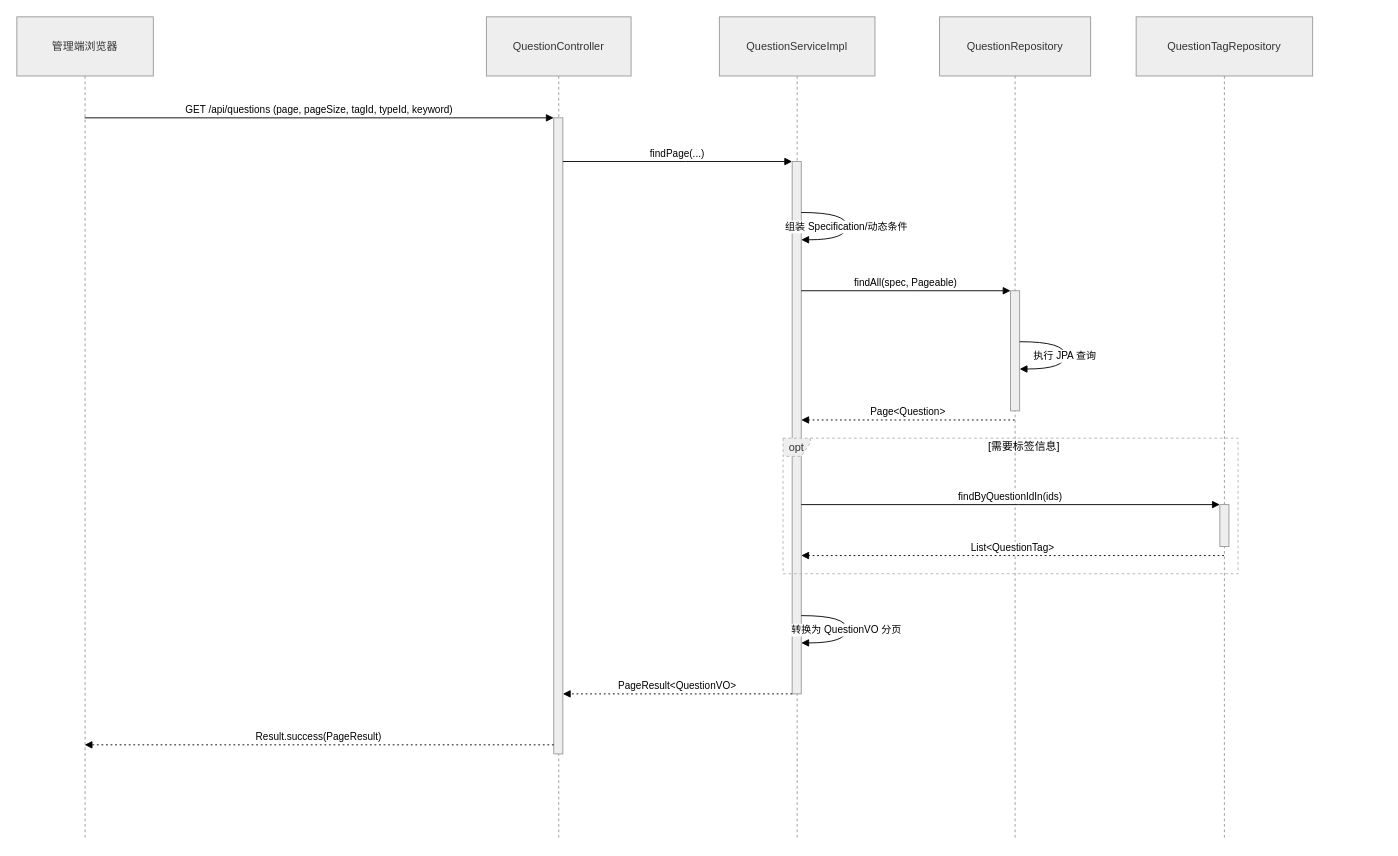
The draw.io diagram page "试题列表分页查询时序图" (22 of 31) of 题库E-R.drawio in ChenLiheng/question-project, before the edit. Source tidied: cells renumbered, new cells numbered last; positions are measured from the earlier drawing's top-left corner, leaving out a move shared by most shapes. Both pictures are drawn from the tidied source at 91%, with x=0, y=0 at pixel (16, 16).
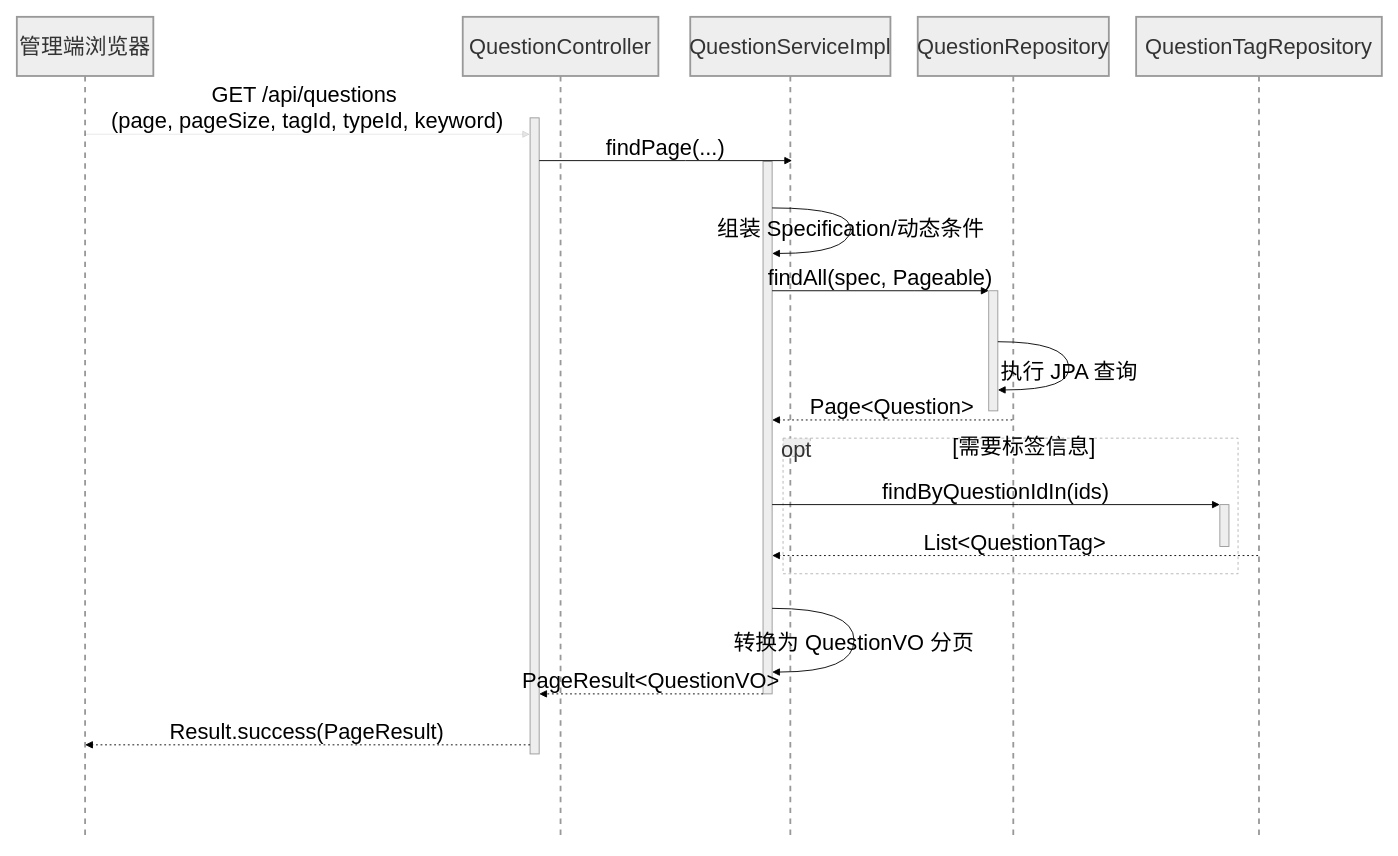
Above is the later version.

What changed in the source:
```diff
@@
-    <mxCell id="2" value="管理端浏览器" style="shape=umlLifeline;perimeter=lifelinePerimeter;whiteSpace=wrap;outlineConnect=0;portConstraint=eastwest;newEdgeStyle={&quot;edgeStyle&quot;:&quot;elbowEdgeStyle&quot;,&quot;elbow&quot;:&quot;vertical&quot;,&quot;curved&quot;:0,&quot;rounded&quot;:0};size=65;fillColor=light-dark(#eeeeee,#1f2020);strokeColor=light-dark(#999999,#cccccc);fontColor=light-dark(#333333,#cccccc);" parent="1" vertex="1">
+    <mxCell id="2" value="管理端浏览器" style="shape=umlLifeline;perimeter=lifelinePerimeter;whiteSpace=wrap;outlineConnect=0;portConstraint=eastwest;newEdgeStyle={&quot;edgeStyle&quot;:&quot;elbowEdgeStyle&quot;,&quot;elbow&quot;:&quot;vertical&quot;,&quot;curved&quot;:0,&quot;rounded&quot;:0};size=65;fillColor=light-dark(#eeeeee,#1f2020);strokeColor=light-dark(#999999,#cccccc);fontColor=light-dark(#333333,#cccccc);fontSize=24;strokeWidth=2;labelBackgroundColor=none;spacing=3;" parent="1" vertex="1">
       <mxGeometry width="150" height="905" as="geometry" />
     </mxCell>
-    <mxCell id="3" value="QuestionController" style="shape=umlLifeline;perimeter=lifelinePerimeter;whiteSpace=wrap;newEdgeStyle={&quot;edgeStyle&quot;:&quot;elbowEdgeStyle&quot;,&quot;elbow&quot;:&quot;vertical&quot;,&quot;curved&quot;:0,&quot;rounded&quot;:0};size=65;fillColor=light-dark(#eeeeee,#1f2020);strokeColor=light-dark(#999999,#cccccc);fontColor=light-dark(#333333,#cccccc);" parent="1" vertex="1">
-      <mxGeometry x="516" width="159" height="905" as="geometry" />
+    <mxCell id="3" value="QuestionController" style="shape=umlLifeline;perimeter=lifelinePerimeter;whiteSpace=wrap;newEdgeStyle={&quot;edgeStyle&quot;:&quot;elbowEdgeStyle&quot;,&quot;elbow&quot;:&quot;vertical&quot;,&quot;curved&quot;:0,&quot;rounded&quot;:0};size=65;fillColor=light-dark(#eeeeee,#1f2020);strokeColor=light-dark(#999999,#cccccc);fontColor=light-dark(#333333,#cccccc);fontSize=24;strokeWidth=2;labelBackgroundColor=none;spacing=3;" parent="1" vertex="1">
+      <mxGeometry x="490" width="215" height="905" as="geometry" />
     </mxCell>
-    <mxCell id="4" style="points=[];perimeter=orthogonalPerimeter;outlineConnect=0;targetShapes=umlLifeline;portConstraint=eastwest;newEdgeStyle={&quot;edgeStyle&quot;:&quot;elbowEdgeStyle&quot;,&quot;elbow&quot;:&quot;vertical&quot;,&quot;curved&quot;:0,&quot;rounded&quot;:0};fillColor=light-dark(#eeeeee,#1f2020);strokeColor=light-dark(#999999,#cccccc);fontColor=light-dark(#333333,#cccccc);" parent="3" vertex="1">
+    <mxCell id="4" style="points=[];perimeter=orthogonalPerimeter;outlineConnect=0;targetShapes=umlLifeline;portConstraint=eastwest;newEdgeStyle={&quot;edgeStyle&quot;:&quot;elbowEdgeStyle&quot;,&quot;elbow&quot;:&quot;vertical&quot;,&quot;curved&quot;:0,&quot;rounded&quot;:0};fillColor=light-dark(#eeeeee,#1f2020);strokeColor=light-dark(#999999,#cccccc);fontColor=light-dark(#333333,#cccccc);fontSize=24;labelBackgroundColor=none;spacing=3;" parent="3" vertex="1">
       <mxGeometry x="74" y="111" width="10" height="699" as="geometry" />
     </mxCell>
-    <mxCell id="5" value="QuestionServiceImpl" style="shape=umlLifeline;perimeter=lifelinePerimeter;whiteSpace=wrap;newEdgeStyle={&quot;edgeStyle&quot;:&quot;elbowEdgeStyle&quot;,&quot;elbow&quot;:&quot;vertical&quot;,&quot;curved&quot;:0,&quot;rounded&quot;:0};size=65;fillColor=light-dark(#eeeeee,#1f2020);strokeColor=light-dark(#999999,#cccccc);fontColor=light-dark(#333333,#cccccc);" parent="1" vertex="1">
-      <mxGeometry x="772" width="171" height="905" as="geometry" />
+    <mxCell id="5" value="QuestionServiceImpl" style="shape=umlLifeline;perimeter=lifelinePerimeter;whiteSpace=wrap;newEdgeStyle={&quot;edgeStyle&quot;:&quot;elbowEdgeStyle&quot;,&quot;elbow&quot;:&quot;vertical&quot;,&quot;curved&quot;:0,&quot;rounded&quot;:0};size=65;fillColor=light-dark(#eeeeee,#1f2020);strokeColor=light-dark(#999999,#cccccc);fontColor=light-dark(#333333,#cccccc);fontSize=24;strokeWidth=2;labelBackgroundColor=none;spacing=3;" parent="1" vertex="1">
+      <mxGeometry x="740" width="220" height="905" as="geometry" />
     </mxCell>
-    <mxCell id="6" style="points=[];perimeter=orthogonalPerimeter;outlineConnect=0;targetShapes=umlLifeline;portConstraint=eastwest;newEdgeStyle={&quot;edgeStyle&quot;:&quot;elbowEdgeStyle&quot;,&quot;elbow&quot;:&quot;vertical&quot;,&quot;curved&quot;:0,&quot;rounded&quot;:0};fillColor=light-dark(#eeeeee,#1f2020);strokeColor=light-dark(#999999,#cccccc);fontColor=light-dark(#333333,#cccccc);" parent="5" vertex="1">
+    <mxCell id="6" style="points=[];perimeter=orthogonalPerimeter;outlineConnect=0;targetShapes=umlLifeline;portConstraint=eastwest;newEdgeStyle={&quot;edgeStyle&quot;:&quot;elbowEdgeStyle&quot;,&quot;elbow&quot;:&quot;vertical&quot;,&quot;curved&quot;:0,&quot;rounded&quot;:0};fillColor=light-dark(#eeeeee,#1f2020);strokeColor=light-dark(#999999,#cccccc);fontColor=light-dark(#333333,#cccccc);fontSize=24;labelBackgroundColor=none;spacing=3;" parent="5" vertex="1">
       <mxGeometry x="80" y="159" width="10" height="585" as="geometry" />
     </mxCell>
-    <mxCell id="7" value="QuestionRepository" style="shape=umlLifeline;perimeter=lifelinePerimeter;whiteSpace=wrap;outlineConnect=0;portConstraint=eastwest;newEdgeStyle={&quot;edgeStyle&quot;:&quot;elbowEdgeStyle&quot;,&quot;elbow&quot;:&quot;vertical&quot;,&quot;curved&quot;:0,&quot;rounded&quot;:0};size=65;fillColor=light-dark(#eeeeee,#1f2020);strokeColor=light-dark(#999999,#cccccc);fontColor=light-dark(#333333,#cccccc);" parent="1" vertex="1">
-      <mxGeometry x="1014" width="166" height="905" as="geometry" />
+    <mxCell id="7" value="QuestionRepository" style="shape=umlLifeline;perimeter=lifelinePerimeter;whiteSpace=wrap;outlineConnect=0;portConstraint=eastwest;newEdgeStyle={&quot;edgeStyle&quot;:&quot;elbowEdgeStyle&quot;,&quot;elbow&quot;:&quot;vertical&quot;,&quot;curved&quot;:0,&quot;rounded&quot;:0};size=65;fillColor=light-dark(#eeeeee,#1f2020);strokeColor=light-dark(#999999,#cccccc);fontColor=light-dark(#333333,#cccccc);fontSize=24;strokeWidth=2;labelBackgroundColor=none;spacing=3;" parent="1" vertex="1">
+      <mxGeometry x="990" width="210" height="905" as="geometry" />
     </mxCell>
-    <mxCell id="8" style="points=[];perimeter=orthogonalPerimeter;outlineConnect=0;targetShapes=umlLifeline;portConstraint=eastwest;newEdgeStyle={&quot;edgeStyle&quot;:&quot;elbowEdgeStyle&quot;,&quot;elbow&quot;:&quot;vertical&quot;,&quot;curved&quot;:0,&quot;rounded&quot;:0};fillColor=light-dark(#eeeeee,#1f2020);strokeColor=light-dark(#999999,#cccccc);fontColor=light-dark(#333333,#cccccc);" parent="7" vertex="1">
+    <mxCell id="8" style="points=[];perimeter=orthogonalPerimeter;outlineConnect=0;targetShapes=umlLifeline;portConstraint=eastwest;newEdgeStyle={&quot;edgeStyle&quot;:&quot;elbowEdgeStyle&quot;,&quot;elbow&quot;:&quot;vertical&quot;,&quot;curved&quot;:0,&quot;rounded&quot;:0};fillColor=light-dark(#eeeeee,#1f2020);strokeColor=light-dark(#999999,#cccccc);fontColor=light-dark(#333333,#cccccc);fontSize=24;labelBackgroundColor=none;spacing=3;" parent="7" vertex="1">
       <mxGeometry x="78" y="301" width="10" height="132" as="geometry" />
     </mxCell>
-    <mxCell id="9" value="QuestionTagRepository" style="shape=umlLifeline;perimeter=lifelinePerimeter;whiteSpace=wrap;outlineConnect=0;portConstraint=eastwest;newEdgeStyle={&quot;edgeStyle&quot;:&quot;elbowEdgeStyle&quot;,&quot;elbow&quot;:&quot;vertical&quot;,&quot;curved&quot;:0,&quot;rounded&quot;:0};size=65;fillColor=light-dark(#eeeeee,#1f2020);strokeColor=light-dark(#999999,#cccccc);fontColor=light-dark(#333333,#cccccc);" parent="1" vertex="1">
-      <mxGeometry x="1230" width="194" height="905" as="geometry" />
+    <mxCell id="9" value="QuestionTagRepository" style="shape=umlLifeline;perimeter=lifelinePerimeter;whiteSpace=wrap;outlineConnect=0;portConstraint=eastwest;newEdgeStyle={&quot;edgeStyle&quot;:&quot;elbowEdgeStyle&quot;,&quot;elbow&quot;:&quot;vertical&quot;,&quot;curved&quot;:0,&quot;rounded&quot;:0};size=65;fillColor=light-dark(#eeeeee,#1f2020);strokeColor=light-dark(#999999,#cccccc);fontColor=light-dark(#333333,#cccccc);fontSize=24;strokeWidth=2;labelBackgroundColor=none;spacing=3;" parent="1" vertex="1">
+      <mxGeometry x="1230" width="270" height="905" as="geometry" />
     </mxCell>
-    <mxCell id="10" style="points=[];perimeter=orthogonalPerimeter;outlineConnect=0;targetShapes=umlLifeline;portConstraint=eastwest;newEdgeStyle={&quot;edgeStyle&quot;:&quot;elbowEdgeStyle&quot;,&quot;elbow&quot;:&quot;vertical&quot;,&quot;curved&quot;:0,&quot;rounded&quot;:0};fillColor=light-dark(#eeeeee,#1f2020);strokeColor=light-dark(#999999,#cccccc);fontColor=light-dark(#333333,#cccccc);" parent="9" vertex="1">
+    <mxCell id="10" style="points=[];perimeter=orthogonalPerimeter;outlineConnect=0;targetShapes=umlLifeline;portConstraint=eastwest;newEdgeStyle={&quot;edgeStyle&quot;:&quot;elbowEdgeStyle&quot;,&quot;elbow&quot;:&quot;vertical&quot;,&quot;curved&quot;:0,&quot;rounded&quot;:0};fillColor=light-dark(#eeeeee,#1f2020);strokeColor=light-dark(#999999,#cccccc);fontColor=light-dark(#333333,#cccccc);fontSize=24;labelBackgroundColor=none;spacing=3;" parent="9" vertex="1">
       <mxGeometry x="92" y="536" width="10" height="46" as="geometry" />
     </mxCell>
-    <mxCell id="11" value="opt" style="shape=umlFrame;dashed=1;strokeColor=#B3B3B3;height=20;width=30;fillColor=light-dark(#eeeeee,#1f2020);fontColor=light-dark(#333333,#cccccc);" parent="1" vertex="1">
+    <mxCell id="11" value="opt" style="shape=umlFrame;dashed=1;strokeColor=#B3B3B3;height=20;width=30;fillColor=light-dark(#eeeeee,#1f2020);fontColor=light-dark(#333333,#cccccc);fontSize=24;labelBackgroundColor=none;spacing=3;" parent="1" vertex="1">
       <mxGeometry x="842" y="463" width="500" height="149" as="geometry" />
     </mxCell>
-    <mxCell id="12" value="[需要标签信息]" style="text;strokeColor=none;fillColor=none;align=center;verticalAlign=middle;whiteSpace=wrap;" parent="11" vertex="1">
+    <mxCell id="12" value="[需要标签信息]" style="text;strokeColor=none;fillColor=none;align=center;verticalAlign=middle;whiteSpace=wrap;fontSize=24;labelBackgroundColor=none;spacing=3;" parent="11" vertex="1">
       <mxGeometry x="30" width="470" height="20" as="geometry" />
     </mxCell>
-    <mxCell id="13" value="GET /api/questions (page, pageSize, tagId, typeId, keyword)" style="verticalAlign=bottom;edgeStyle=elbowEdgeStyle;elbow=vertical;curved=0;rounded=0;endArrow=block;" parent="1" edge="1" source="2" target="4">
+    <mxCell id="13" value="GET /api/questions &#10;(page, pageSize, tagId, typeId, keyword)" style="verticalAlign=bottom;edgeStyle=elbowEdgeStyle;elbow=vertical;curved=0;rounded=0;endArrow=block;fontSize=24;opacity=10;labelBackgroundColor=none;startSize=6;sourcePerimeterSpacing=0;targetPerimeterSpacing=0;spacing=3;" parent="1" edge="1">
       <mxGeometry relative="1" as="geometry">
+        <mxPoint x="74.5" y="129" as="sourcePoint" />
+        <mxPoint x="564" y="129" as="targetPoint" />
         <Array as="points">
-          <mxPoint x="342" y="111" />
+          <mxPoint x="342" y="129" />
         </Array>
       </mxGeometry>
     </mxCell>
-    <mxCell id="14" value="findPage(...)" style="verticalAlign=bottom;edgeStyle=elbowEdgeStyle;elbow=vertical;curved=0;rounded=0;endArrow=block;" parent="1" edge="1" source="4" target="6">
+    <mxCell id="14" value="findPage(...)" style="verticalAlign=bottom;edgeStyle=elbowEdgeStyle;elbow=vertical;curved=0;rounded=0;endArrow=block;fontSize=24;labelBackgroundColor=none;spacing=3;" parent="1" edge="1">
       <mxGeometry relative="1" as="geometry">
+        <mxPoint x="574" y="158" as="sourcePoint" />
+        <mxPoint x="852" y="158" as="targetPoint" />
         <Array as="points">
-          <mxPoint x="735" y="159" />
+          <mxPoint x="735" y="158" />
         </Array>
       </mxGeometry>
     </mxCell>
-    <mxCell id="15" value="组装 Specification/动态条件" style="curved=1;endArrow=block;rounded=0;" parent="1" edge="1" source="6" target="6">
+    <mxCell id="15" value="组装 Specification/动态条件" style="curved=1;endArrow=block;rounded=0;fontSize=24;labelBackgroundColor=none;spacing=3;" parent="1" edge="1" source="6" target="6">
       <mxGeometry relative="1" as="geometry">
         <Array as="points">
-          <mxPoint x="912" y="215" />
-          <mxPoint x="912" y="245" />
+          <mxPoint x="920" y="210" />
+          <mxPoint x="912" y="260" />
         </Array>
       </mxGeometry>
     </mxCell>
-    <mxCell id="16" value="findAll(spec, Pageable)" style="verticalAlign=bottom;edgeStyle=elbowEdgeStyle;elbow=vertical;curved=0;rounded=0;endArrow=block;" parent="1" edge="1" source="6" target="8">
+    <mxCell id="16" value="findAll(spec, Pageable)" style="verticalAlign=bottom;edgeStyle=elbowEdgeStyle;elbow=vertical;curved=0;rounded=0;endArrow=block;fontSize=24;labelBackgroundColor=none;spacing=3;" parent="1" edge="1" source="6" target="8">
       <mxGeometry relative="1" as="geometry">
         <Array as="points">
           <mxPoint x="986" y="301" />
         </Array>
       </mxGeometry>
     </mxCell>
-    <mxCell id="17" value="执行 JPA 查询" style="curved=1;endArrow=block;rounded=0;" parent="1" edge="1" source="8" target="8">
+    <mxCell id="17" value="执行 JPA 查询" style="curved=1;endArrow=block;rounded=0;fontSize=24;labelBackgroundColor=none;spacing=3;" parent="1" edge="1" source="8" target="8">
       <mxGeometry relative="1" as="geometry">
         <Array as="points">
           <mxPoint x="1152" y="357" />
-          <mxPoint x="1152" y="387" />
+          <mxPoint x="1160" y="410" />
         </Array>
       </mxGeometry>
     </mxCell>
-    <mxCell id="18" value="Page&lt;Question&gt;" style="verticalAlign=bottom;edgeStyle=elbowEdgeStyle;elbow=vertical;curved=0;rounded=0;dashed=1;dashPattern=2 3;endArrow=block;" parent="1" edge="1" source="7" target="6">
+    <mxCell id="18" value="Page&lt;Question&gt;" style="verticalAlign=bottom;edgeStyle=elbowEdgeStyle;elbow=vertical;curved=0;rounded=0;dashed=1;dashPattern=2 3;endArrow=block;fontSize=24;labelBackgroundColor=none;spacing=3;" parent="1" edge="1" source="7" target="6">
       <mxGeometry relative="1" as="geometry">
         <Array as="points">
           <mxPoint x="989" y="443" />
         </Array>
       </mxGeometry>
     </mxCell>
-    <mxCell id="19" value="findByQuestionIdIn(ids)" style="verticalAlign=bottom;edgeStyle=elbowEdgeStyle;elbow=vertical;curved=0;rounded=0;endArrow=block;" parent="1" edge="1" source="6" target="10">
+    <mxCell id="19" value="findByQuestionIdIn(ids)" style="verticalAlign=bottom;edgeStyle=elbowEdgeStyle;elbow=vertical;curved=0;rounded=0;endArrow=block;fontSize=24;labelBackgroundColor=none;spacing=3;" parent="1" edge="1" source="6" target="10">
       <mxGeometry relative="1" as="geometry">
         <Array as="points">
           <mxPoint x="1101" y="536" />
         </Array>
       </mxGeometry>
     </mxCell>
-    <mxCell id="20" value="List&lt;QuestionTag&gt;" style="verticalAlign=bottom;edgeStyle=elbowEdgeStyle;elbow=vertical;curved=0;rounded=0;dashed=1;dashPattern=2 3;endArrow=block;" parent="1" edge="1" source="9" target="6">
+    <mxCell id="20" value="List&lt;QuestionTag&gt;" style="verticalAlign=bottom;edgeStyle=elbowEdgeStyle;elbow=vertical;curved=0;rounded=0;dashed=1;dashPattern=2 3;endArrow=block;fontSize=24;labelBackgroundColor=none;spacing=3;" parent="1" edge="1" source="9" target="6">
       <mxGeometry relative="1" as="geometry">
         <Array as="points">
           <mxPoint x="1104" y="592" />
         </Array>
       </mxGeometry>
     </mxCell>
-    <mxCell id="21" value="转换为 QuestionVO 分页" style="curved=1;endArrow=block;rounded=0;" parent="1" edge="1" source="6" target="6">
+    <mxCell id="21" value="转换为 QuestionVO 分页" style="curved=1;endArrow=block;rounded=0;fontSize=24;labelBackgroundColor=none;spacing=3;" parent="1" edge="1" source="6" target="6">
       <mxGeometry relative="1" as="geometry">
         <Array as="points">
-          <mxPoint x="912" y="658" />
-          <mxPoint x="912" y="688" />
+          <mxPoint x="920" y="650" />
+          <mxPoint x="920" y="720" />
         </Array>
       </mxGeometry>
     </mxCell>
-    <mxCell id="22" value="PageResult&lt;QuestionVO&gt;" style="verticalAlign=bottom;edgeStyle=elbowEdgeStyle;elbow=vertical;curved=0;rounded=0;dashed=1;dashPattern=2 3;endArrow=block;" parent="1" edge="1" source="6" target="4">
+    <mxCell id="22" value="PageResult&lt;QuestionVO&gt;" style="verticalAlign=bottom;edgeStyle=elbowEdgeStyle;elbow=vertical;curved=0;rounded=0;dashed=1;dashPattern=2 3;endArrow=block;fontSize=24;labelBackgroundColor=none;spacing=3;" parent="1" edge="1" source="6" target="4">
       <mxGeometry relative="1" as="geometry">
         <Array as="points">
           <mxPoint x="738" y="744" />
         </Array>
       </mxGeometry>
     </mxCell>
-    <mxCell id="23" value="Result.success(PageResult)" style="verticalAlign=bottom;edgeStyle=elbowEdgeStyle;elbow=vertical;curved=0;rounded=0;dashed=1;dashPattern=2 3;endArrow=block;" parent="1" edge="1" source="4" target="2">
+    <mxCell id="23" value="Result.success(PageResult)" style="verticalAlign=bottom;edgeStyle=elbowEdgeStyle;elbow=vertical;curved=0;rounded=0;dashed=1;dashPattern=2 3;endArrow=block;fontSize=24;labelBackgroundColor=none;spacing=3;" parent="1" edge="1" source="4" target="2">
       <mxGeometry relative="1" as="geometry">
         <Array as="points">
           <mxPoint x="345" y="800" />
         </Array>
       </mxGeometry>
     </mxCell>
```
